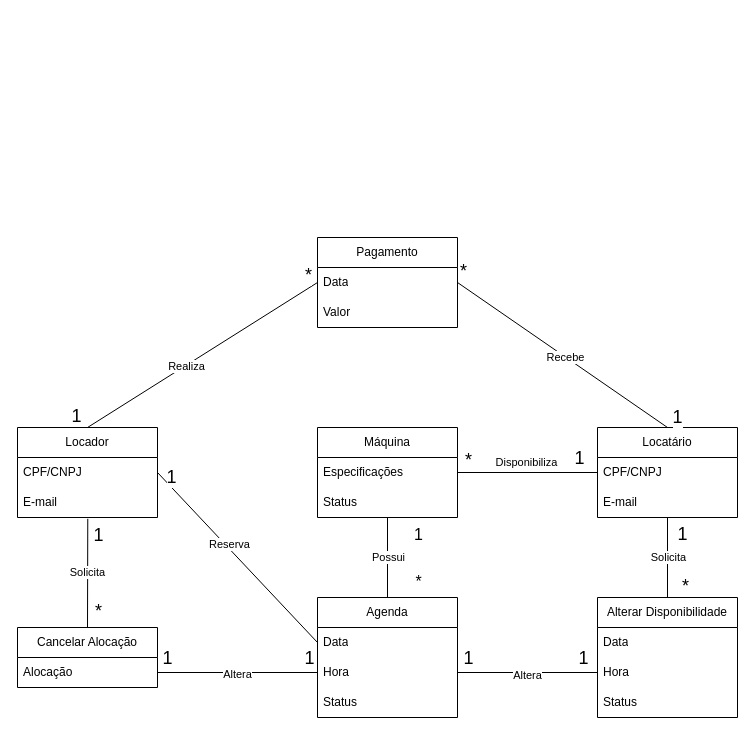
This is image/Diagrama de Dominio/DiagramaDominio.drawio from RafaelGMMachado/projetoEngenhariaSoftware, a draw.io file, before an edit. Source tidied: cells renumbered, new cells numbered last; positions are measured from the earlier drawing's top-left corner, leaving out a move shared by most shapes. Both pictures are drawn from the tidied source at 100%, with x=0, y=0 at pixel (17, 237).
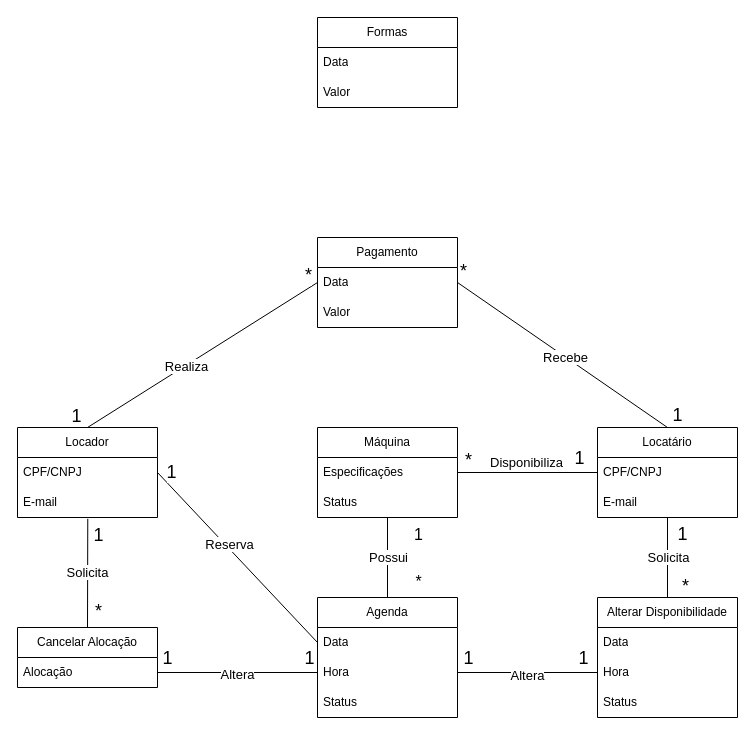
The same page after the edit.

The change refers to these unchanged cells:
```xml
<mxCell id="14" style="endArrow=none;html=1;rounded=0;exitX=0.5;exitY=0;exitDx=0;exitDy=0;entryX=0.502;entryY=1.044;entryDx=0;entryDy=0;entryPerimeter=0;" parent="1" edge="1" source="12" target="4">
  <mxGeometry relative="1" as="geometry" />
</mxCell>
<mxCell id="18" style="endArrow=none;html=1;rounded=0;exitX=1;exitY=0.5;exitDx=0;exitDy=0;entryX=0;entryY=0.5;entryDx=0;entryDy=0;" parent="1" edge="1" source="3" target="53">
  <mxGeometry relative="1" as="geometry" />
</mxCell>
<mxCell id="22" style="endArrow=none;html=1;rounded=0;exitX=1;exitY=0.5;exitDx=0;exitDy=0;entryX=0;entryY=0.5;entryDx=0;entryDy=0;" parent="1" edge="1" source="42" target="6">
  <mxGeometry relative="1" as="geometry" />
</mxCell>
<mxCell id="26" style="endArrow=none;html=1;rounded=0;exitX=0.5;exitY=0;exitDx=0;exitDy=0;" parent="1" edge="1" source="8">
  <mxGeometry relative="1" as="geometry">
    <mxPoint x="650" y="280" as="targetPoint" />
  </mxGeometry>
</mxCell>
<mxCell id="31" style="endArrow=none;html=1;rounded=0;exitX=0.5;exitY=0;exitDx=0;exitDy=0;entryX=0;entryY=0.5;entryDx=0;entryDy=0;" parent="1" edge="1" source="2" target="29">
  <mxGeometry relative="1" as="geometry" />
</mxCell>
<mxCell id="35" style="endArrow=none;html=1;rounded=0;entryX=1;entryY=0.5;entryDx=0;entryDy=0;exitX=0.5;exitY=0;exitDx=0;exitDy=0;" parent="1" edge="1" source="5" target="29">
  <mxGeometry relative="1" as="geometry" />
</mxCell>
<mxCell id="44" style="endArrow=none;html=1;rounded=0;exitX=1;exitY=0.5;exitDx=0;exitDy=0;entryX=0;entryY=0.5;entryDx=0;entryDy=0;" parent="1" edge="1" source="13" target="54">
  <mxGeometry relative="1" as="geometry" />
</mxCell>
<mxCell id="48" style="endArrow=none;html=1;rounded=0;exitX=0;exitY=0.5;exitDx=0;exitDy=0;entryX=1;entryY=0.5;entryDx=0;entryDy=0;" parent="1" edge="1" source="10" target="54">
  <mxGeometry relative="1" as="geometry" />
</mxCell>
<mxCell id="56" style="endArrow=none;html=1;rounded=0;exitX=0.5;exitY=0;exitDx=0;exitDy=0;" parent="1" edge="1" source="52">
  <mxGeometry relative="1" as="geometry">
    <mxPoint x="370" y="280" as="targetPoint" />
  </mxGeometry>
</mxCell>
```

The edit, as a diff of the source:
```diff
@@
-    <mxCell id="15" value="Solicita" style="edgeLabel;html=1;align=center;verticalAlign=middle;" parent="14" vertex="1">
+    <mxCell id="15" value="Solicita" style="edgeLabel;html=1;align=center;verticalAlign=middle;fontSize=13;" parent="14" vertex="1">
       <mxGeometry x="0.01" y="1" relative="1" as="geometry" />
     </mxCell>
@@
     <mxCell id="20" value="1" style="edgeLabel;html=1;align=center;verticalAlign=middle;fontSize=18;" parent="18" vertex="1">
       <mxGeometry x="-0.54" y="1" relative="1" as="geometry">
-        <mxPoint x="-24" y="-34" as="offset" />
+        <mxPoint x="-24" y="-39" as="offset" />
       </mxGeometry>
     </mxCell>
-    <mxCell id="21" value="Reserva" style="edgeLabel;html=1;align=center;verticalAlign=middle;" parent="18" vertex="1">
+    <mxCell id="21" value="Reserva" style="edgeLabel;html=1;align=center;verticalAlign=middle;fontSize=13;" parent="18" vertex="1">
       <mxGeometry x="-0.05" relative="1" as="geometry">
         <mxPoint x="-5" y="-9" as="offset" />
       </mxGeometry>
     </mxCell>
@@
-    <mxCell id="23" value="&amp;nbsp;Disponibiliza&amp;nbsp;" style="edgeLabel;html=1;align=center;verticalAlign=middle;" parent="22" vertex="1">
+    <mxCell id="23" value="&amp;nbsp;Disponibiliza&amp;nbsp;" style="edgeLabel;html=1;align=center;verticalAlign=middle;fontSize=13;" parent="22" vertex="1">
       <mxGeometry x="0.03" y="-1" relative="1" as="geometry">
         <mxPoint x="-4" y="-12" as="offset" />
       </mxGeometry>
     </mxCell>
@@
-    <mxCell id="27" value="Solicita" style="edgeLabel;html=1;align=center;verticalAlign=middle;" parent="26" vertex="1">
+    <mxCell id="27" value="Solicita" style="edgeLabel;html=1;align=center;verticalAlign=middle;fontSize=13;" parent="26" vertex="1">
       <mxGeometry x="0.02" relative="1" as="geometry" />
     </mxCell>
@@
-    <mxCell id="32" value="Realiza" style="edgeLabel;html=1;align=center;verticalAlign=middle;" parent="31" vertex="1">
+    <mxCell id="32" value="Realiza" style="edgeLabel;html=1;align=center;verticalAlign=middle;fontSize=13;" parent="31" vertex="1">
       <mxGeometry x="-0.15" relative="1" as="geometry" />
     </mxCell>
@@
-    <mxCell id="36" value="Recebe" style="edgeLabel;html=1;align=center;verticalAlign=middle;" parent="35" vertex="1">
+    <mxCell id="36" value="Recebe" style="edgeLabel;html=1;align=center;verticalAlign=middle;fontSize=13;" parent="35" vertex="1">
       <mxGeometry x="-0.03" y="1" relative="1" as="geometry">
         <mxPoint y="-1" as="offset" />
       </mxGeometry>
     </mxCell>
@@
     <mxCell id="38" value="1" style="edgeLabel;html=1;align=center;verticalAlign=middle;fontSize=18;" parent="35" vertex="1">
       <mxGeometry x="-0.64" y="-3" relative="1" as="geometry">
-        <mxPoint x="46" y="18" as="offset" />
+        <mxPoint x="46" y="16" as="offset" />
       </mxGeometry>
     </mxCell>
@@
-    <mxCell id="45" value="Altera" style="edgeLabel;html=1;align=center;verticalAlign=middle;" parent="44" vertex="1">
+    <mxCell id="45" value="Altera" style="edgeLabel;html=1;align=center;verticalAlign=middle;fontSize=13;" parent="44" vertex="1">
       <mxGeometry x="0.06" y="-1" relative="1" as="geometry">
         <mxPoint x="-6" as="offset" />
       </mxGeometry>
     </mxCell>
@@
-    <mxCell id="49" value="Altera" style="edgeLabel;html=1;align=center;verticalAlign=middle;" parent="48" vertex="1">
+    <mxCell id="49" value="Altera" style="edgeLabel;html=1;align=center;verticalAlign=middle;fontSize=13;" parent="48" vertex="1">
       <mxGeometry x="0.01" y="2" relative="1" as="geometry" />
     </mxCell>
@@
-    <mxCell id="57" value="Possui" style="edgeLabel;html=1;align=center;verticalAlign=middle;" parent="56" vertex="1">
+    <mxCell id="57" value="Possui" style="edgeLabel;html=1;align=center;verticalAlign=middle;fontSize=13;" parent="56" vertex="1">
       <mxGeometry x="0.03" relative="1" as="geometry" />
     </mxCell>
@@
+    <mxCell id="60" value="Formas" style="swimlane;fontStyle=0;horizontal=1;startSize=30;whiteSpace=wrap;html=1;" parent="1" vertex="1">
+      <mxGeometry x="300" y="-220" width="140" height="90" as="geometry" />
+    </mxCell>
+    <mxCell id="61" value="Data" style="text;strokeColor=none;fillColor=none;align=left;verticalAlign=middle;spacingLeft=4;spacingRight=4;overflow=hidden;whiteSpace=wrap;html=1;" parent="60" vertex="1">
+      <mxGeometry y="30" width="140" height="30" as="geometry" />
+    </mxCell>
+    <mxCell id="62" value="Valor" style="text;strokeColor=none;fillColor=none;align=left;verticalAlign=middle;spacingLeft=4;spacingRight=4;overflow=hidden;whiteSpace=wrap;html=1;" parent="60" vertex="1">
+      <mxGeometry y="60" width="140" height="30" as="geometry" />
+    </mxCell>
```
